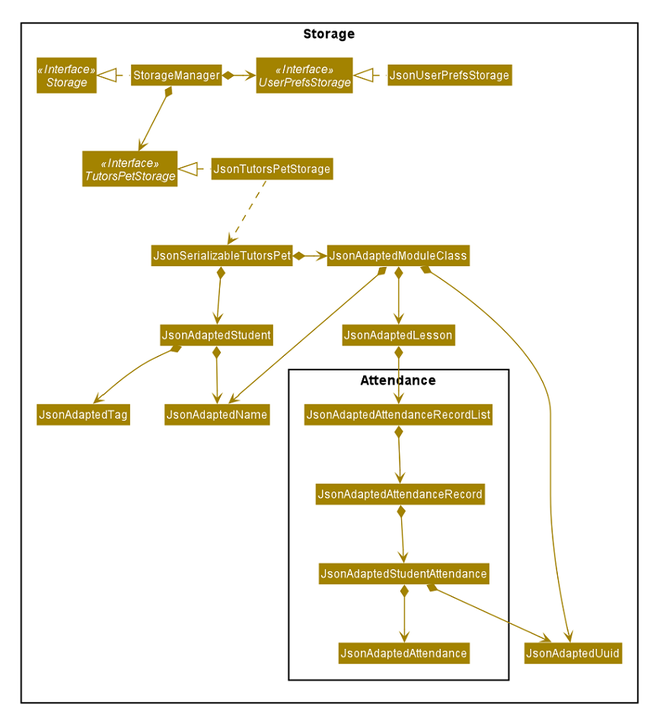
This is docs/images/StorageClassDiagram.png from ypinhsuan/tp, a PlantUML export, as it was before one commit. Its source is kept beside it as docs/diagrams/StorageClassDiagram.puml.
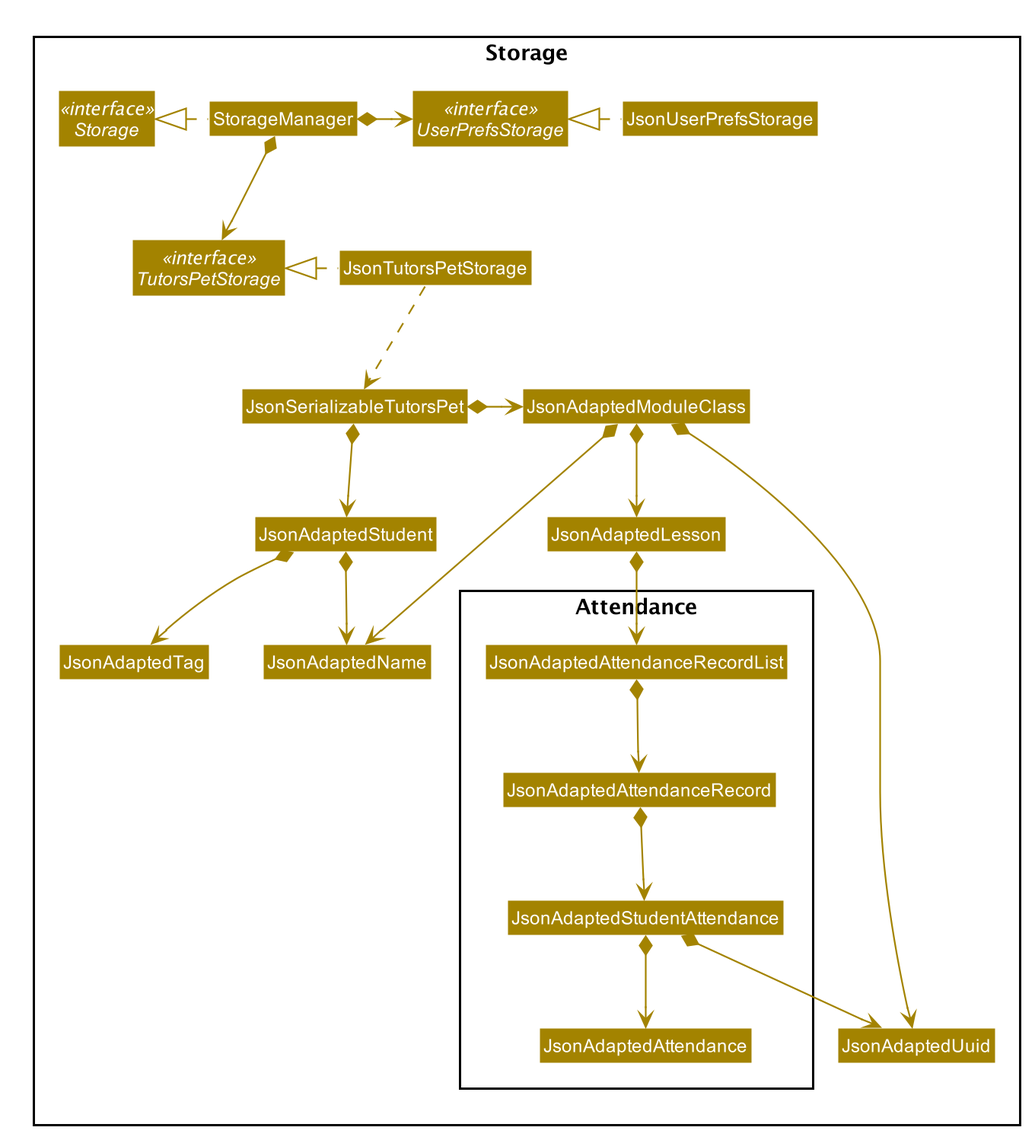
Above is the later version.

Change to the diagram source:
```diff
@@ -5,9 +5,9 @@
 skinparam classBackgroundColor STORAGE_COLOR
 
 package Storage <<Rectangle>> {
-Interface Storage <<Interface>>
-Interface UserPrefsStorage <<Interface>>
-Interface TutorsPetStorage <<Interface>>
+Interface Storage <<interface>>
+Interface UserPrefsStorage <<interface>>
+Interface TutorsPetStorage <<interface>>
 class StorageManager
 class JsonUserPrefsStorage
 class JsonTutorsPetStorage
```
